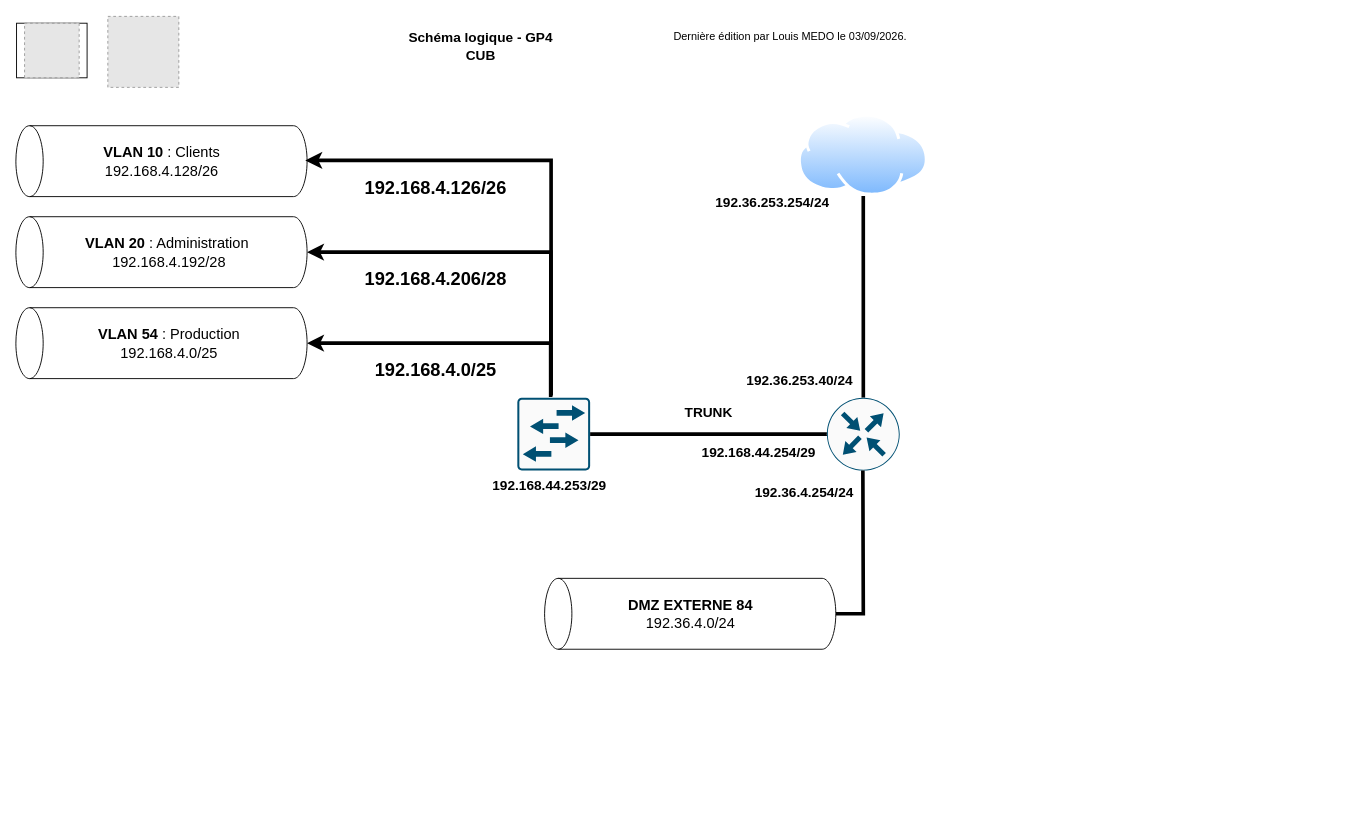
Above: docs/ressources/schemas/cub-schema-logique-gp4.drawio in FireToak/cub-docs (draw.io), before the change. Source tidied: cells renumbered, new cells numbered last; positions are measured from the earlier drawing's top-left corner, leaving out a move shared by most shapes. Both pictures are drawn from the tidied source at 91%, with x=0, y=0 at pixel (16, 15). Pictures stored in the file or linked from it are replaced by grey dashed boxes.
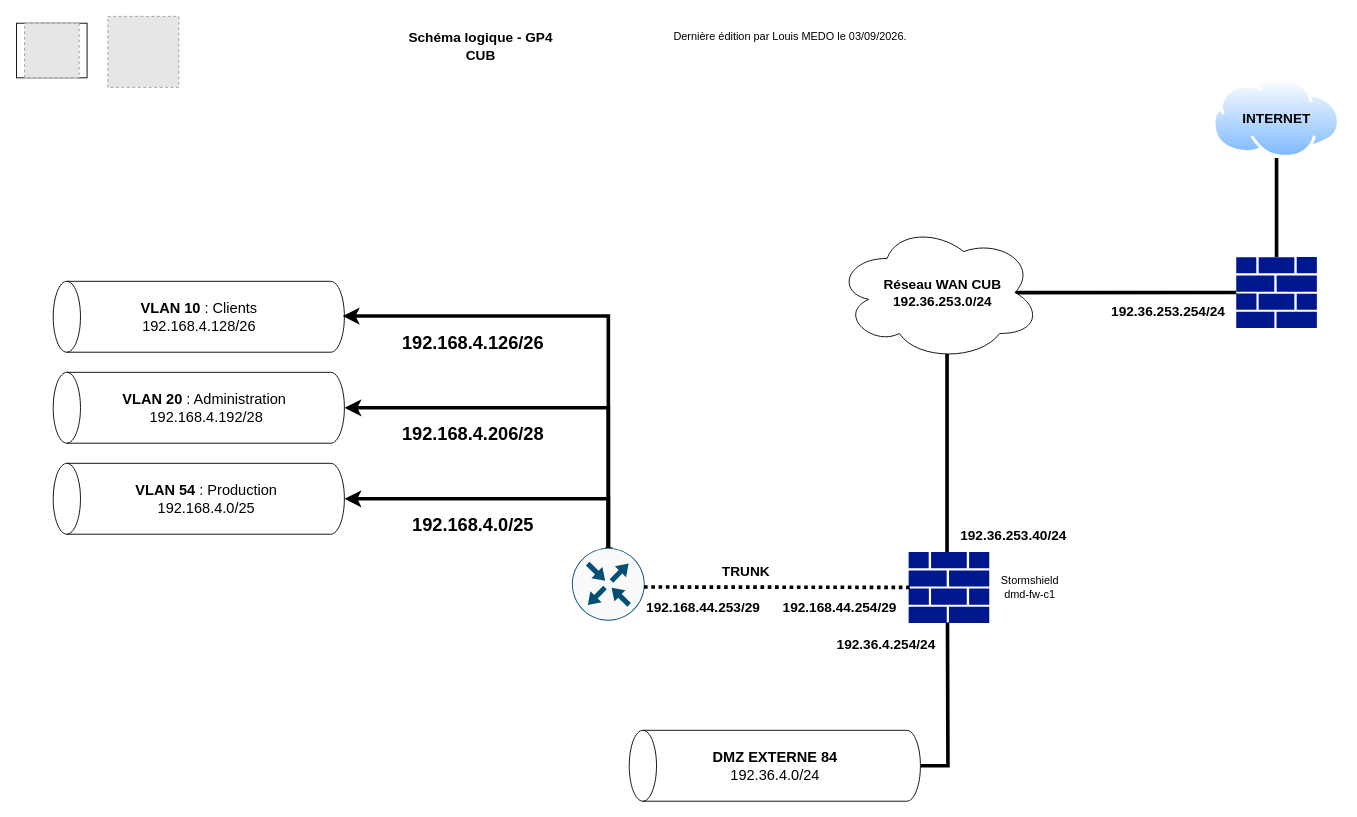
The same page after the edit.

Commit message (it also covers changes not shown here):
chore: mise à jour du schéma logique

Change to the diagram source:
```diff
@@
+    <mxCell id="33" style="endArrow=none;html=1;rounded=0;entryX=0;entryY=0.5;entryDx=0;entryDy=0;entryPerimeter=0;exitX=0.875;exitY=0.5;exitDx=0;exitDy=0;exitPerimeter=0;strokeWidth=4;" parent="1" edge="1" source="37" target="38">
+      <mxGeometry relative="1" as="geometry" />
+    </mxCell>
@@
-    <mxCell id="6" style="sketch=0;points=[[0.015,0.015,0],[0.985,0.015,0],[0.985,0.985,0],[0.015,0.985,0],[0.25,0,0],[0.5,0,0],[0.75,0,0],[1,0.25,0],[1,0.5,0],[1,0.75,0],[0.75,1,0],[0.5,1,0],[0.25,1,0],[0,0.75,0],[0,0.5,0],[0,0.25,0]];verticalLabelPosition=bottom;html=1;verticalAlign=top;align=center;shape=mxgraph.cisco19.rect;prIcon=l2_switch;fillColor=#FAFAFA;strokeColor=#005073;" parent="1" vertex="1">
-      <mxGeometry x="550" y="419.6" width="80" height="80" as="geometry" />
-    </mxCell>
-    <mxCell id="7" style="edgeStyle=orthogonalEdgeStyle;rounded=0;jettySize=auto;html=1;exitX=0.5;exitY=0;exitDx=0;exitDy=0;exitPerimeter=0;endArrow=none;endFill=0;strokeWidth=4;" parent="1" edge="1" source="9" target="10">
-      <mxGeometry relative="1" as="geometry" />
+    <mxCell id="7" style="edgeStyle=orthogonalEdgeStyle;rounded=0;orthogonalLoop=1;jettySize=auto;html=1;exitX=0.5;exitY=0;exitDx=0;exitDy=0;exitPerimeter=0;endArrow=none;endFill=0;strokeWidth=4;" parent="1" edge="1">
+      <mxGeometry relative="1" as="geometry">
+        <mxPoint x="1022.2" y="590.6" as="sourcePoint" />
+        <mxPoint x="1022.2" y="369" as="targetPoint" />
+        <Array as="points">
+          <mxPoint x="1022.2" y="478" />
+          <mxPoint x="1022.2" y="478" />
+        </Array>
+      </mxGeometry>
     </mxCell>
-    <mxCell id="8" style="edgeStyle=orthogonalEdgeStyle;rounded=0;jettySize=auto;html=1;exitX=0;exitY=0.5;exitDx=0;exitDy=0;exitPerimeter=0;strokeWidth=4;endArrow=none;endFill=0;" parent="1" edge="1" source="9" target="6">
-      <mxGeometry relative="1" as="geometry" />
-    </mxCell>
-    <mxCell id="9" style="sketch=0;points=[[0.5,0,0],[1,0.5,0],[0.5,1,0],[0,0.5,0],[0.145,0.145,0],[0.8555,0.145,0],[0.855,0.8555,0],[0.145,0.855,0]];verticalLabelPosition=bottom;html=1;verticalAlign=top;align=center;shape=mxgraph.cisco19.rect;prIcon=router;fillColor=#FAFAFA;strokeColor=#005073;" parent="1" vertex="1">
-      <mxGeometry x="890.2" y="419.6" width="80" height="80" as="geometry" />
-    </mxCell>
-    <mxCell id="10" style="image;perimeter=ellipsePerimeter;html=1;align=center;shadow=0;dashed=0;spacingTop=3;image=img/lib/active_directory/internet_cloud.svg;" parent="1" vertex="1">
-      <mxGeometry x="858.7" y="108" width="142.9" height="90" as="geometry" />
-    </mxCell>
     <mxCell id="11" value="&lt;font style=&quot;font-size: 15px;&quot;&gt;&lt;b&gt;&lt;font style=&quot;&quot;&gt;192.168.44.254/29&lt;/font&gt;&lt;/b&gt;&lt;/font&gt;" style="text;html=1;align=center;verticalAlign=middle;strokeColor=none;fillColor=none;" parent="1" vertex="1">
-      <mxGeometry x="740.2" y="464" width="150" height="30" as="geometry" />
+      <mxGeometry x="829.2" y="635" width="150" height="30" as="geometry" />
     </mxCell>
     <mxCell id="12" value="&lt;font style=&quot;font-size: 15px;&quot;&gt;&lt;b&gt;&lt;font style=&quot;&quot;&gt;192.36.253.254/24&lt;/font&gt;&lt;/b&gt;&lt;/font&gt;" style="text;html=1;align=center;verticalAlign=middle;strokeColor=none;fillColor=none;" parent="1" vertex="1">
-      <mxGeometry x="755" y="189.6" width="150" height="30" as="geometry" />
+      <mxGeometry x="1190" y="309" width="150" height="30" as="geometry" />
     </mxCell>
     <mxCell id="13" value="&lt;font style=&quot;font-size: 15px;&quot;&gt;&lt;b&gt;&lt;font style=&quot;&quot;&gt;TRUNK&lt;/font&gt;&lt;/b&gt;&lt;/font&gt;" style="text;html=1;align=center;verticalAlign=middle;strokeColor=none;fillColor=none;" parent="1" vertex="1">
-      <mxGeometry x="720" y="419.6" width="80" height="30" as="geometry" />
+      <mxGeometry x="761" y="595" width="80" height="30" as="geometry" />
     </mxCell>
     <mxCell id="14" value="&lt;font style=&quot;font-size: 20px;&quot;&gt;&lt;b&gt;&lt;font style=&quot;font-size: 20px;&quot;&gt;192.168.4.126/26&lt;/font&gt;&lt;/b&gt;&lt;/font&gt;" style="text;html=1;align=center;verticalAlign=middle;strokeColor=none;fillColor=none;" parent="1" vertex="1">
-      <mxGeometry x="370" y="168" width="180" height="40" as="geometry" />
+      <mxGeometry x="411" y="339" width="180" height="40" as="geometry" />
     </mxCell>
     <mxCell id="15" value="&lt;font size=&quot;1&quot;&gt;&lt;b&gt;&lt;font style=&quot;font-size: 20px;&quot;&gt;192.168.4.206/28&lt;/font&gt;&lt;/b&gt;&lt;/font&gt;" style="text;html=1;align=center;verticalAlign=middle;strokeColor=none;fillColor=none;" parent="1" vertex="1">
-      <mxGeometry x="370" y="268" width="180" height="40" as="geometry" />
+      <mxGeometry x="411" y="439" width="180" height="40" as="geometry" />
     </mxCell>
     <mxCell id="16" value="&lt;font size=&quot;1&quot;&gt;&lt;b style=&quot;font-size: 20px;&quot;&gt;192.168.4.0/25&lt;/b&gt;&lt;/font&gt;" style="text;html=1;align=center;verticalAlign=middle;strokeColor=none;fillColor=none;" parent="1" vertex="1">
-      <mxGeometry x="380" y="368" width="160" height="40" as="geometry" />
+      <mxGeometry x="421" y="539" width="160" height="40" as="geometry" />
     </mxCell>
     <mxCell id="17" style="shape=cylinder3;whiteSpace=wrap;html=1;boundedLbl=1;backgroundOutline=1;size=15;rotation=-90;" parent="1" vertex="1">
-      <mxGeometry x="120" y="199.6" width="77.9" height="320" as="geometry" />
+      <mxGeometry x="161" y="370.6" width="77.9" height="320" as="geometry" />
     </mxCell>
     <mxCell id="18" style="shape=cylinder3;whiteSpace=wrap;html=1;boundedLbl=1;backgroundOutline=1;size=15;rotation=-90;" parent="1" vertex="1">
-      <mxGeometry x="120" y="99.6" width="77.9" height="320" as="geometry" />
+      <mxGeometry x="161" y="270.6" width="77.9" height="320" as="geometry" />
     </mxCell>
     <mxCell id="19" style="shape=cylinder3;whiteSpace=wrap;html=1;boundedLbl=1;backgroundOutline=1;size=15;rotation=-90;" parent="1" vertex="1">
-      <mxGeometry x="120" y="-0.4" width="77.9" height="320" as="geometry" />
+      <mxGeometry x="161" y="170.6" width="77.9" height="320" as="geometry" />
     </mxCell>
-    <mxCell id="20" style="edgeStyle=orthogonalEdgeStyle;rounded=0;orthogonalLoop=1;jettySize=auto;html=1;strokeWidth=4;" parent="1" edge="1">
+    <mxCell id="20" style="edgeStyle=orthogonalEdgeStyle;rounded=0;jettySize=auto;html=1;strokeWidth=4;exitX=0.47;exitY=0.02;exitDx=0;exitDy=0;exitPerimeter=0;" parent="1" edge="1" source="35">
       <mxGeometry relative="1" as="geometry">
-        <mxPoint x="587.1" y="417.2" as="sourcePoint" />
-        <mxPoint x="317" y="158.8" as="targetPoint" />
+        <mxPoint x="358" y="329.8" as="targetPoint" />
         <Array as="points">
-          <mxPoint x="587.1" y="158.8" />
+          <mxPoint x="652.6" y="588.2" />
+          <mxPoint x="650" y="588.2" />
+          <mxPoint x="650" y="329.8" />
         </Array>
       </mxGeometry>
     </mxCell>
-    <mxCell id="21" style="edgeStyle=orthogonalEdgeStyle;rounded=0;jettySize=auto;html=1;entryX=0.5;entryY=1;entryDx=0;entryDy=0;entryPerimeter=0;strokeWidth=4;exitX=0.46;exitY=-0.035;exitDx=0;exitDy=0;exitPerimeter=0;" parent="1" edge="1" source="6" target="18">
+    <mxCell id="21" style="edgeStyle=orthogonalEdgeStyle;rounded=0;jettySize=auto;html=1;entryX=0.5;entryY=1;entryDx=0;entryDy=0;entryPerimeter=0;strokeWidth=4;exitX=0.456;exitY=0.017;exitDx=0;exitDy=0;exitPerimeter=0;" parent="1" edge="1" source="35" target="18">
       <mxGeometry relative="1" as="geometry">
         <Array as="points">
-          <mxPoint x="586.8" y="259.6" />
+          <mxPoint x="651.5" y="587.8" />
+          <mxPoint x="650" y="587.8" />
+          <mxPoint x="650" y="430.6" />
         </Array>
       </mxGeometry>
     </mxCell>
     <mxCell id="22" value="&lt;div align=&quot;left&quot;&gt;&lt;font style=&quot;font-size: 16px;&quot;&gt;&lt;b&gt;VLAN 10&lt;/b&gt; : Clients&lt;/font&gt;&lt;br&gt;&lt;/div&gt;&lt;font style=&quot;font-size: 16px;&quot;&gt;192.168.4.128/26&lt;/font&gt;" style="text;html=1;align=center;verticalAlign=middle;strokeColor=none;fillColor=none;" parent="1" vertex="1">
-      <mxGeometry x="84" y="134.6" width="150" height="50" as="geometry" />
+      <mxGeometry x="125" y="305.6" width="150" height="50" as="geometry" />
     </mxCell>
     <mxCell id="23" value="&lt;font style=&quot;font-size: 16px;&quot;&gt;&lt;b&gt;VLAN 20&lt;/b&gt;&amp;nbsp;: Administration&amp;nbsp;&lt;br&gt;192.168.4.192/28&lt;/font&gt;" style="text;html=1;align=center;verticalAlign=middle;strokeColor=none;fillColor=none;" parent="1" vertex="1">
-      <mxGeometry x="61.9" y="234.6" width="210" height="50" as="geometry" />
+      <mxGeometry x="102.9" y="405.6" width="210" height="50" as="geometry" />
     </mxCell>
     <mxCell id="24" value="&lt;font style=&quot;font-size: 16px;&quot;&gt;&lt;b&gt;VLAN 54&lt;/b&gt;&amp;nbsp;: Production&lt;br&gt;192.168.4.0/25&lt;/font&gt;" style="text;html=1;align=center;verticalAlign=middle;strokeColor=none;fillColor=none;" parent="1" vertex="1">
-      <mxGeometry x="76.9" y="334.6" width="180" height="50" as="geometry" />
+      <mxGeometry x="117.9" y="505.6" width="180" height="50" as="geometry" />
     </mxCell>
-    <mxCell id="25" style="edgeStyle=orthogonalEdgeStyle;rounded=0;jettySize=auto;html=1;entryX=0.5;entryY=1;entryDx=0;entryDy=0;entryPerimeter=0;strokeWidth=4;exitX=0.458;exitY=-0.012;exitDx=0;exitDy=0;exitPerimeter=0;" parent="1" edge="1" source="6" target="17">
+    <mxCell id="25" style="edgeStyle=orthogonalEdgeStyle;rounded=0;jettySize=auto;html=1;entryX=0.5;entryY=1;entryDx=0;entryDy=0;entryPerimeter=0;strokeWidth=4;exitX=0.43;exitY=0.008;exitDx=0;exitDy=0;exitPerimeter=0;" parent="1" edge="1" source="35" target="17">
       <mxGeometry relative="1" as="geometry">
         <Array as="points">
-          <mxPoint x="586.6" y="359.6" />
+          <mxPoint x="651.5" y="589.2" />
+          <mxPoint x="651.5" y="587.9" />
+          <mxPoint x="650" y="587.9" />
+          <mxPoint x="650" y="530.6" />
         </Array>
       </mxGeometry>
     </mxCell>
@@
     <mxCell id="27" value="&lt;font style=&quot;&quot;&gt;&lt;b style=&quot;&quot;&gt;&lt;font style=&quot;font-size: 15px;&quot;&gt;192.168.44.253/29&lt;/font&gt;&lt;/b&gt;&lt;/font&gt;" style="text;html=1;align=center;verticalAlign=middle;strokeColor=none;fillColor=none;" parent="1" vertex="1">
-      <mxGeometry x="510" y="499.6" width="150" height="30" as="geometry" />
+      <mxGeometry x="679.2" y="635" width="150" height="30" as="geometry" />
     </mxCell>
     <mxCell id="28" value="&lt;font style=&quot;font-size: 15px;&quot;&gt;&lt;b&gt;&lt;font style=&quot;&quot;&gt;192.36.253.40/24&lt;/font&gt;&lt;/b&gt;&lt;/font&gt;" style="text;html=1;align=center;verticalAlign=middle;strokeColor=none;fillColor=none;" parent="1" vertex="1">
-      <mxGeometry x="790" y="384.6" width="140" height="30" as="geometry" />
+      <mxGeometry x="1025" y="554.6" width="140" height="30" as="geometry" />
     </mxCell>
     <mxCell id="29" style="edgeStyle=orthogonalEdgeStyle;rounded=0;jettySize=auto;html=1;endArrow=none;endFill=0;strokeWidth=4;exitX=0.5;exitY=1;exitDx=0;exitDy=0;exitPerimeter=0;" parent="1" edge="1" source="30">
       <mxGeometry relative="1" as="geometry">
-        <mxPoint x="929.7" y="499.6" as="targetPoint" />
+        <mxPoint x="1022.7" y="666.6" as="targetPoint" />
       </mxGeometry>
     </mxCell>
     <mxCell id="30" style="shape=cylinder3;whiteSpace=wrap;html=1;boundedLbl=1;backgroundOutline=1;size=15;rotation=-90;" parent="1" vertex="1">
-      <mxGeometry x="701" y="497" width="77.9" height="320" as="geometry" />
+      <mxGeometry x="794" y="664" width="77.9" height="320" as="geometry" />
     </mxCell>
     <mxCell id="31" value="&lt;span style=&quot;font-size: 16px;&quot;&gt;&lt;b&gt;DMZ EXTERNE 84&lt;/b&gt;&lt;/span&gt;&lt;div&gt;&lt;span style=&quot;font-size: 16px;&quot;&gt;192.36.4.0/24&lt;/span&gt;&lt;/div&gt;" style="text;html=1;align=center;verticalAlign=middle;strokeColor=none;fillColor=none;" parent="1" vertex="1">
-      <mxGeometry x="660" y="632" width="160" height="50" as="geometry" />
+      <mxGeometry x="753" y="799" width="160" height="50" as="geometry" />
     </mxCell>
     <mxCell id="32" value="&lt;font style=&quot;font-size: 15px;&quot;&gt;&lt;b&gt;&lt;font style=&quot;&quot;&gt;192.36.4.254/24&lt;/font&gt;&lt;/b&gt;&lt;/font&gt;" style="text;html=1;align=center;verticalAlign=middle;strokeColor=none;fillColor=none;" parent="1" vertex="1">
-      <mxGeometry x="800" y="508" width="130" height="30" as="geometry" />
+      <mxGeometry x="890" y="675" width="130" height="30" as="geometry" />
     </mxCell>
+    <mxCell id="34" style="sketch=0;shadow=0;dashed=0;html=1;strokeColor=none;labelPosition=center;verticalLabelPosition=bottom;verticalAlign=top;align=center;fillColor=#00188D;shape=mxgraph.mscae.enterprise.firewall;" parent="1" vertex="1">
+      <mxGeometry x="980" y="589.1" width="88.6" height="77.9" as="geometry" />
+    </mxCell>
+    <mxCell id="35" style="sketch=0;points=[[0.5,0,0],[1,0.5,0],[0.5,1,0],[0,0.5,0],[0.145,0.145,0],[0.8555,0.145,0],[0.855,0.8555,0],[0.145,0.855,0]];verticalLabelPosition=bottom;html=1;verticalAlign=top;align=center;shape=mxgraph.cisco19.rect;prIcon=router;fillColor=#FAFAFA;strokeColor=#005073;" parent="1" vertex="1">
+      <mxGeometry x="610" y="584.6" width="80" height="80" as="geometry" />
+    </mxCell>
+    <mxCell id="36" style="endArrow=none;html=1;rounded=0;entryX=0.021;entryY=0.499;entryDx=0;entryDy=0;entryPerimeter=0;exitX=0.99;exitY=0.537;exitDx=0;exitDy=0;exitPerimeter=0;strokeWidth=4;dashed=1;dashPattern=1 1;" parent="1" edge="1" source="35" target="34">
+      <mxGeometry relative="1" as="geometry" />
+    </mxCell>
+    <mxCell id="37" style="ellipse;shape=cloud;whiteSpace=wrap;html=1;" parent="1" vertex="1">
+      <mxGeometry x="900" y="229" width="225" height="150" as="geometry" />
+    </mxCell>
+    <mxCell id="38" style="sketch=0;shadow=0;dashed=0;html=1;strokeColor=none;labelPosition=center;verticalLabelPosition=bottom;verticalAlign=top;align=center;fillColor=#00188D;shape=mxgraph.mscae.enterprise.firewall;" parent="1" vertex="1">
+      <mxGeometry x="1340" y="265" width="88.6" height="77.9" as="geometry" />
+    </mxCell>
+    <mxCell id="39" value="&lt;b&gt;Réseau WAN CUB&lt;/b&gt;&lt;div&gt;&lt;b&gt;192.36.253.0/24&lt;/b&gt;&lt;/div&gt;" style="text;html=1;whiteSpace=wrap;strokeColor=none;fillColor=none;align=center;verticalAlign=middle;rounded=0;fontSize=15;" parent="1" vertex="1">
+      <mxGeometry x="947" y="277.9" width="141.2" height="52.2" as="geometry" />
+    </mxCell>
+    <mxCell id="40" style="image;perimeter=ellipsePerimeter;html=1;align=center;shadow=0;dashed=0;spacingTop=3;image=img/lib/active_directory/internet_cloud.svg;" parent="1" vertex="1">
+      <mxGeometry x="1314.3" y="68" width="140" height="88.2" as="geometry" />
+    </mxCell>
+    <mxCell id="41" value="INTERNET" style="text;html=1;whiteSpace=wrap;align=center;verticalAlign=middle;rounded=0;fontColor=light-dark(#000000,#000000);fontStyle=1;fontSize=15;" parent="1" vertex="1">
+      <mxGeometry x="1340" y="87.1" width="88.6" height="50" as="geometry" />
+    </mxCell>
+    <mxCell id="42" style="endArrow=none;html=1;rounded=0;entryX=0.5;entryY=1;entryDx=0;entryDy=0;exitX=0.5;exitY=0;exitDx=0;exitDy=0;exitPerimeter=0;strokeWidth=4;" parent="1" edge="1" source="38" target="40">
+      <mxGeometry relative="1" as="geometry" />
+    </mxCell>
+    <mxCell id="43" value="Stormshield&lt;div&gt;dmd-fw-c1&lt;/div&gt;" style="text;html=1;whiteSpace=wrap;strokeColor=none;fillColor=none;align=center;verticalAlign=middle;rounded=0;fontColor=light-dark(#000000,#00331A);" parent="1" vertex="1">
+      <mxGeometry x="1068.6" y="608" width="88.6" height="40" as="geometry" />
+    </mxCell>
```
